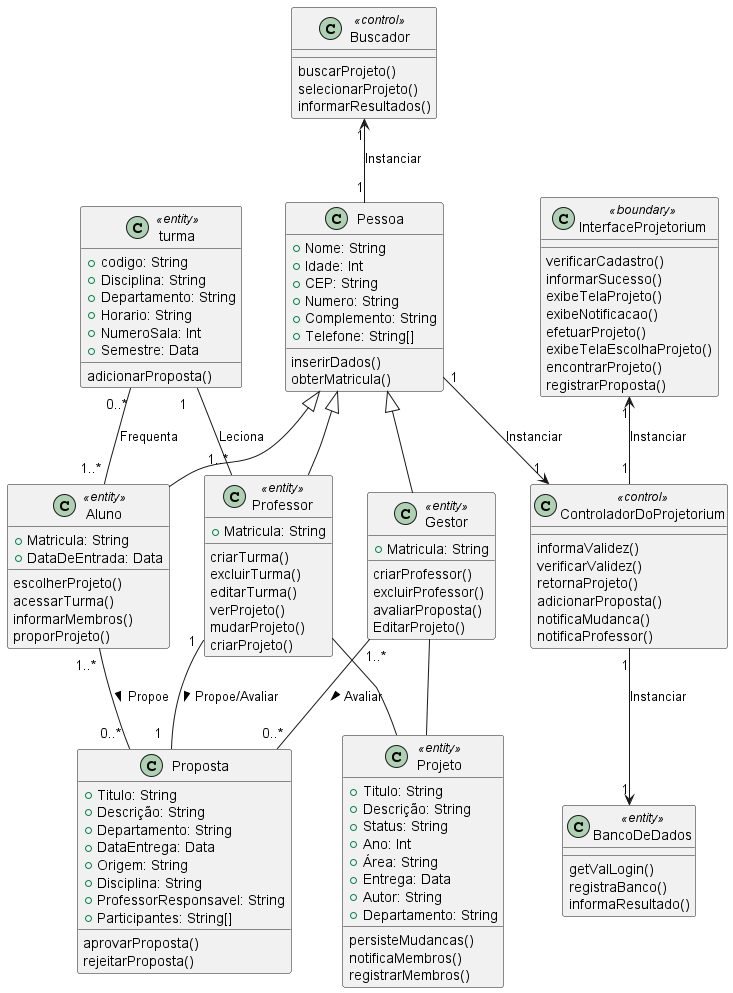
Pedro-V/projetorium keeps this PlantUML diagram as diagramas/classe_projeto.png. Above is the earlier version.
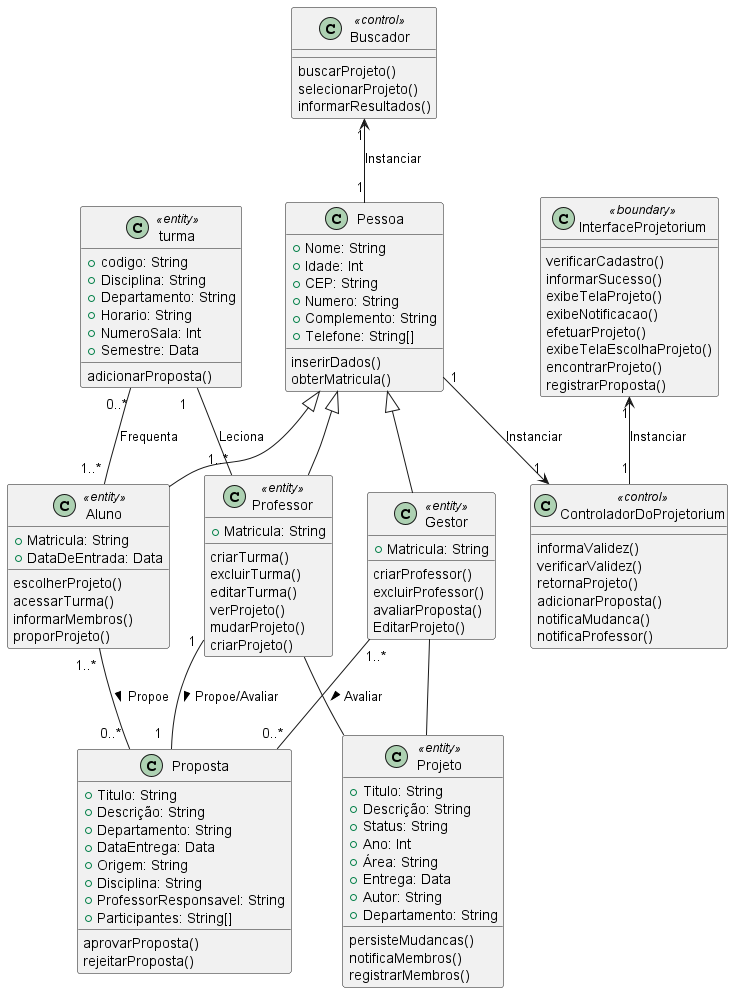
Above is the later version.

What changed in the source:
```diff
@@ -102,11 +102,6 @@
 
     }
 
-    class BancoDeDados <<entity>> {
-        getValLogin()
-        registraBanco()
-        informaResultado()
-    }
 
     Pessoa <|-- Professor
     Pessoa <|-- Aluno
@@ -114,7 +109,6 @@
     Buscador "1" <-- "1" Pessoa: Instanciar
     Pessoa "1" --> "1" ControladorDoProjetorium: Instanciar
     InterfaceProjetorium "1" <-- "1" ControladorDoProjetorium: Instanciar
-    ControladorDoProjetorium "1" --> "1" BancoDeDados: Instanciar
 
     Aluno "1..* " -- "0..* " Proposta: Propoe >
     Gestor "1..*      "  -- "      0..*" Proposta : Avaliar >
```
